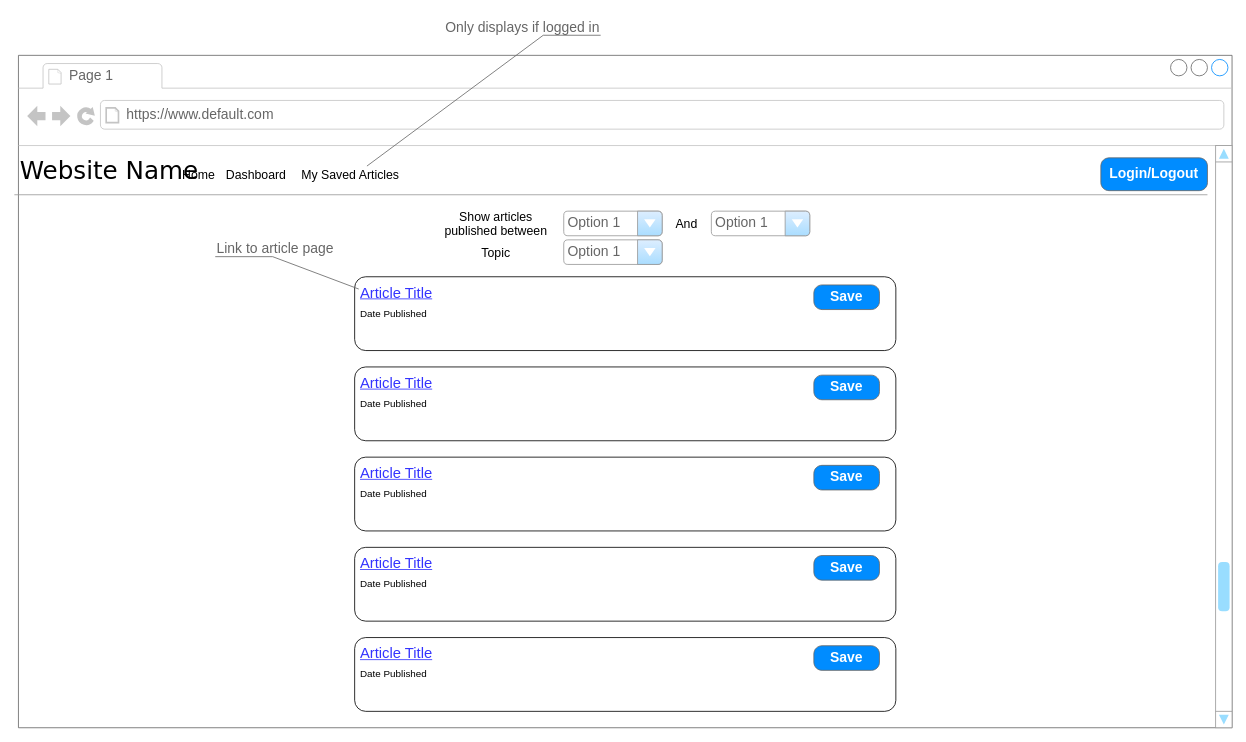
Earlier version of the draw.io diagram page "Home" (2 of 7) of wireframe.drawio (MarkyMan4/capstone-planning). Source tidied: cells renumbered, new cells numbered last; positions are measured from the earlier drawing's top-left corner, leaving out a move shared by most shapes. Both pictures are drawn from the tidied source at 82%, with x=0, y=0 at pixel (14, 14).
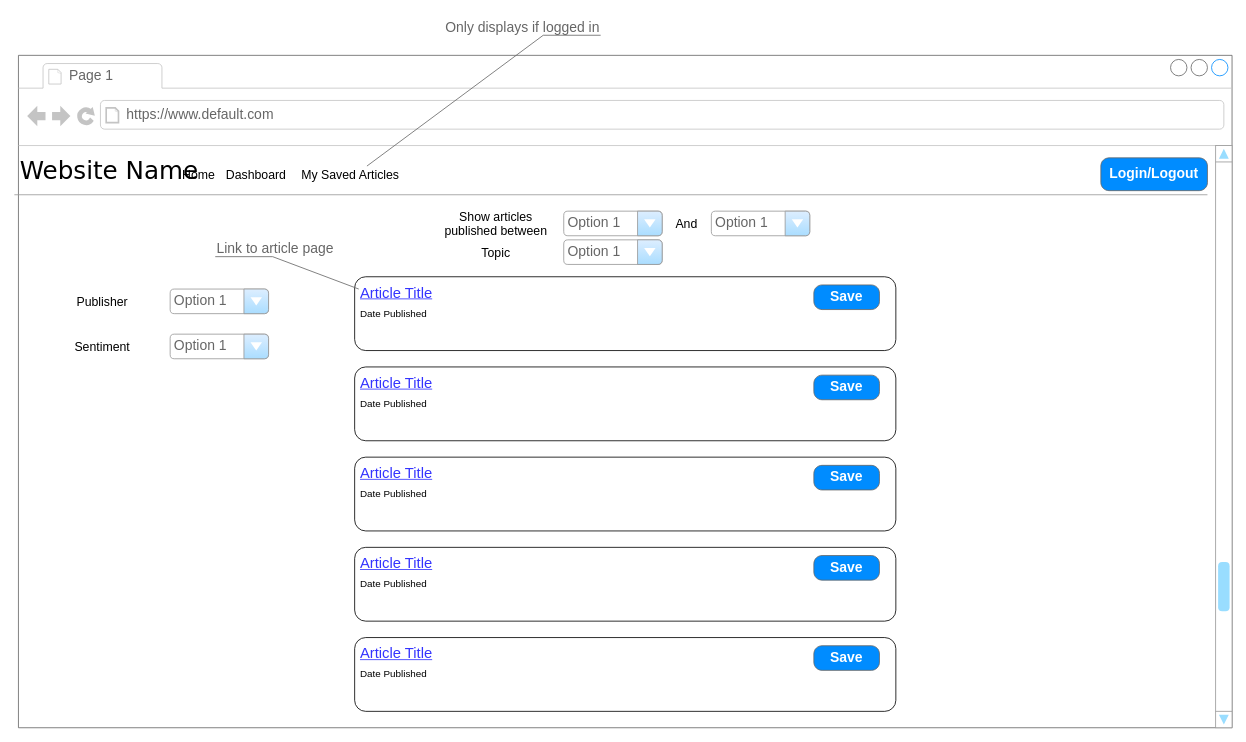
After the change.

Unchanged cells that the change refers to:
```xml
<mxCell id="2" style="strokeWidth=1;shadow=0;dashed=0;align=center;html=1;shape=mxgraph.mockup.containers.browserWindow;rSize=0;strokeColor=#666666;mainText=,;rounded=0;labelBackgroundColor=none;fontFamily=Verdana;fontSize=12;" parent="1" vertex="1">
  <mxGeometry x="5" y="50" width="1480" height="820" as="geometry" />
</mxCell>
```

The edit, as a diff of the source:
```diff
@@
+    <mxCell id="40" value="&lt;font style=&quot;font-size: 15px&quot;&gt;Publisher&lt;/font&gt;" style="text;html=1;strokeColor=none;fillColor=none;align=center;verticalAlign=middle;whiteSpace=wrap;rounded=0;" parent="2" vertex="1">
+      <mxGeometry x="35" y="290" width="135" height="20" as="geometry" />
+    </mxCell>
+    <mxCell id="41" value="Option 1" style="strokeWidth=1;shadow=0;dashed=0;align=center;html=1;shape=mxgraph.mockup.forms.comboBox;strokeColor=#999999;fillColor=#ddeeff;align=left;fillColor2=#aaddff;mainText=;fontColor=#666666;fontSize=17;spacingLeft=3;" parent="2" vertex="1">
+      <mxGeometry x="185" y="285" width="120" height="30" as="geometry" />
+    </mxCell>
+    <mxCell id="42" value="&lt;font style=&quot;font-size: 15px&quot;&gt;Sentiment&lt;/font&gt;" style="text;html=1;strokeColor=none;fillColor=none;align=center;verticalAlign=middle;whiteSpace=wrap;rounded=0;" parent="2" vertex="1">
+      <mxGeometry x="35" y="345" width="135" height="20" as="geometry" />
+    </mxCell>
+    <mxCell id="43" value="Option 1" style="strokeWidth=1;shadow=0;dashed=0;align=center;html=1;shape=mxgraph.mockup.forms.comboBox;strokeColor=#999999;fillColor=#ddeeff;align=left;fillColor2=#aaddff;mainText=;fontColor=#666666;fontSize=17;spacingLeft=3;" parent="2" vertex="1">
+      <mxGeometry x="185" y="340" width="120" height="30" as="geometry" />
+    </mxCell>
```
